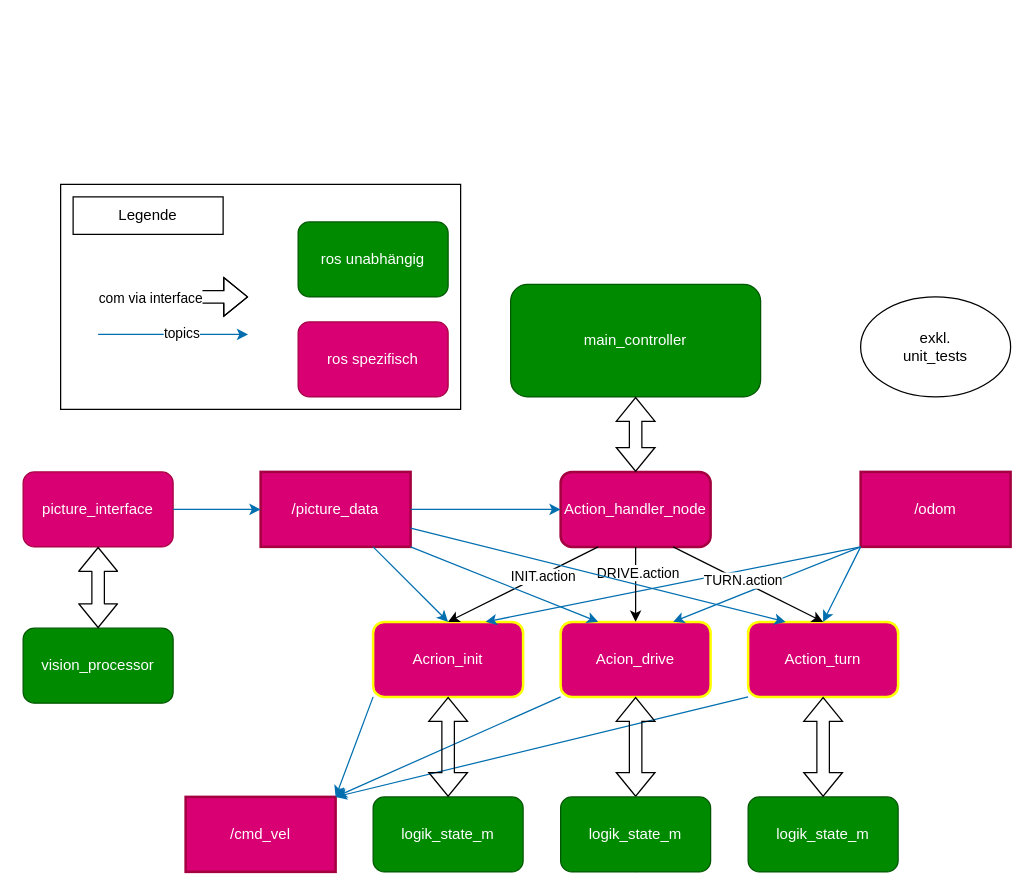
This is page "Seite-1" (1 of 2) of misc/archv1.drawio from derlole/MURI, a draw.io file, before an edit. Source tidied: cells renumbered, new cells numbered last; positions are measured from the earlier drawing's top-left corner, leaving out a move shared by most shapes. Both pictures are drawn from the tidied source at 125%, with x=0, y=0 at pixel (22, 184).
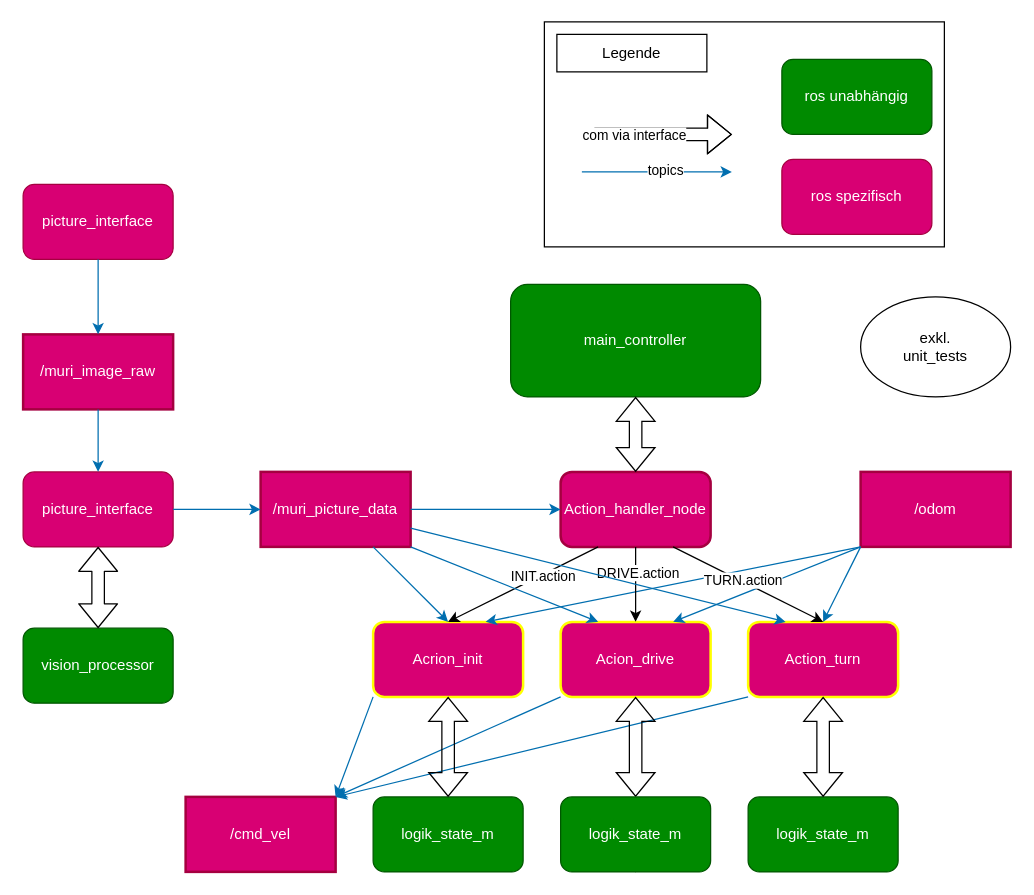
The same diagram, later.

The change refers to these unchanged cells:
```xml
<mxCell id="3" value="picture_interface" style="rounded=1;whiteSpace=wrap;html=1;fillColor=#d80073;fontColor=#ffffff;strokeColor=#A50040;" parent="1" vertex="1">
  <mxGeometry y="230" width="120" height="60" as="geometry" />
</mxCell>
```

The edit, as a diff of the source:
```diff
@@
     <mxCell id="15" style="shape=flexArrow;endArrow=classic;html=1;rounded=0;" parent="1" edge="1">
       <mxGeometry relative="1" as="geometry">
-        <mxPoint x="70" y="90" as="sourcePoint" />
-        <mxPoint x="180" y="90" as="targetPoint" />
+        <mxPoint x="457" y="-40" as="sourcePoint" />
+        <mxPoint x="567" y="-40" as="targetPoint" />
         <Array as="points">
-          <mxPoint x="100" y="90" />
-          <mxPoint x="130" y="90" />
+          <mxPoint x="487" y="-40" />
+          <mxPoint x="517" y="-40" />
         </Array>
       </mxGeometry>
     </mxCell>
@@
     <mxCell id="26" style="endArrow=classic;html=1;rounded=0;fillColor=#1ba1e2;strokeColor=#006EAF;" parent="1" edge="1">
       <mxGeometry relative="1" as="geometry">
-        <mxPoint x="60" y="120" as="sourcePoint" />
-        <mxPoint x="180" y="120" as="targetPoint" />
+        <mxPoint x="447" y="-10" as="sourcePoint" />
+        <mxPoint x="567" y="-10" as="targetPoint" />
       </mxGeometry>
     </mxCell>
@@
     <mxCell id="28" value="ros spezifisch" style="rounded=1;whiteSpace=wrap;html=1;fillColor=#d80073;fontColor=#ffffff;strokeColor=#A50040;" parent="1" vertex="1">
-      <mxGeometry x="220" y="110" width="120" height="60" as="geometry" />
+      <mxGeometry x="607" y="-20" width="120" height="60" as="geometry" />
     </mxCell>
     <mxCell id="29" value="ros unabhängig" style="rounded=1;whiteSpace=wrap;html=1;fillColor=#008a00;fontColor=#ffffff;strokeColor=#005700;" parent="1" vertex="1">
-      <mxGeometry x="220" y="30" width="120" height="60" as="geometry" />
+      <mxGeometry x="607" y="-100" width="120" height="60" as="geometry" />
     </mxCell>
@@
     <mxCell id="38" style="rounded=0;whiteSpace=wrap;html=1;fillColor=none;" parent="1" vertex="1">
-      <mxGeometry x="30" width="320" height="180" as="geometry" />
+      <mxGeometry x="417" y="-130" width="320" height="180" as="geometry" />
     </mxCell>
     <mxCell id="39" value="Legende" style="rounded=0;whiteSpace=wrap;html=1;" parent="1" vertex="1">
-      <mxGeometry x="40" y="10" width="120" height="30" as="geometry" />
+      <mxGeometry x="427" y="-120" width="120" height="30" as="geometry" />
     </mxCell>
@@
-    <mxCell id="41" value="/picture_data" style="rounded=0;whiteSpace=wrap;html=1;fillColor=#d80073;fontColor=#ffffff;strokeColor=light-dark(#A50040, #00eeff);strokeWidth=2;" parent="1" vertex="1">
+    <mxCell id="41" value="/muri_picture_data" style="rounded=0;whiteSpace=wrap;html=1;fillColor=#d80073;fontColor=#ffffff;strokeColor=light-dark(#A50040, #00eeff);strokeWidth=2;" parent="1" vertex="1">
       <mxGeometry x="190" y="230" width="120" height="60" as="geometry" />
     </mxCell>
@@
+    <mxCell id="47" value="picture_interface" style="rounded=1;whiteSpace=wrap;html=1;fillColor=#d80073;fontColor=#ffffff;strokeColor=#A50040;" parent="1" vertex="1">
+      <mxGeometry width="120" height="60" as="geometry" />
+    </mxCell>
+    <mxCell id="48" value="/muri_image_raw" style="rounded=0;whiteSpace=wrap;html=1;fillColor=#d80073;fontColor=#ffffff;strokeColor=light-dark(#A50040, #00eeff);strokeWidth=2;" parent="1" vertex="1">
+      <mxGeometry y="120" width="120" height="60" as="geometry" />
+    </mxCell>
+    <mxCell id="49" style="endArrow=classic;html=1;rounded=0;exitX=0.5;exitY=1;exitDx=0;exitDy=0;entryX=0.5;entryY=0;entryDx=0;entryDy=0;fillColor=#1ba1e2;strokeColor=#006EAF;" parent="1" edge="1" source="47" target="48">
+      <mxGeometry relative="1" as="geometry" />
+    </mxCell>
+    <mxCell id="50" style="endArrow=classic;html=1;rounded=0;exitX=0.5;exitY=1;exitDx=0;exitDy=0;entryX=0.5;entryY=0;entryDx=0;entryDy=0;fillColor=#1ba1e2;strokeColor=#006EAF;" parent="1" edge="1" source="48" target="3">
+      <mxGeometry relative="1" as="geometry" />
+    </mxCell>
```
